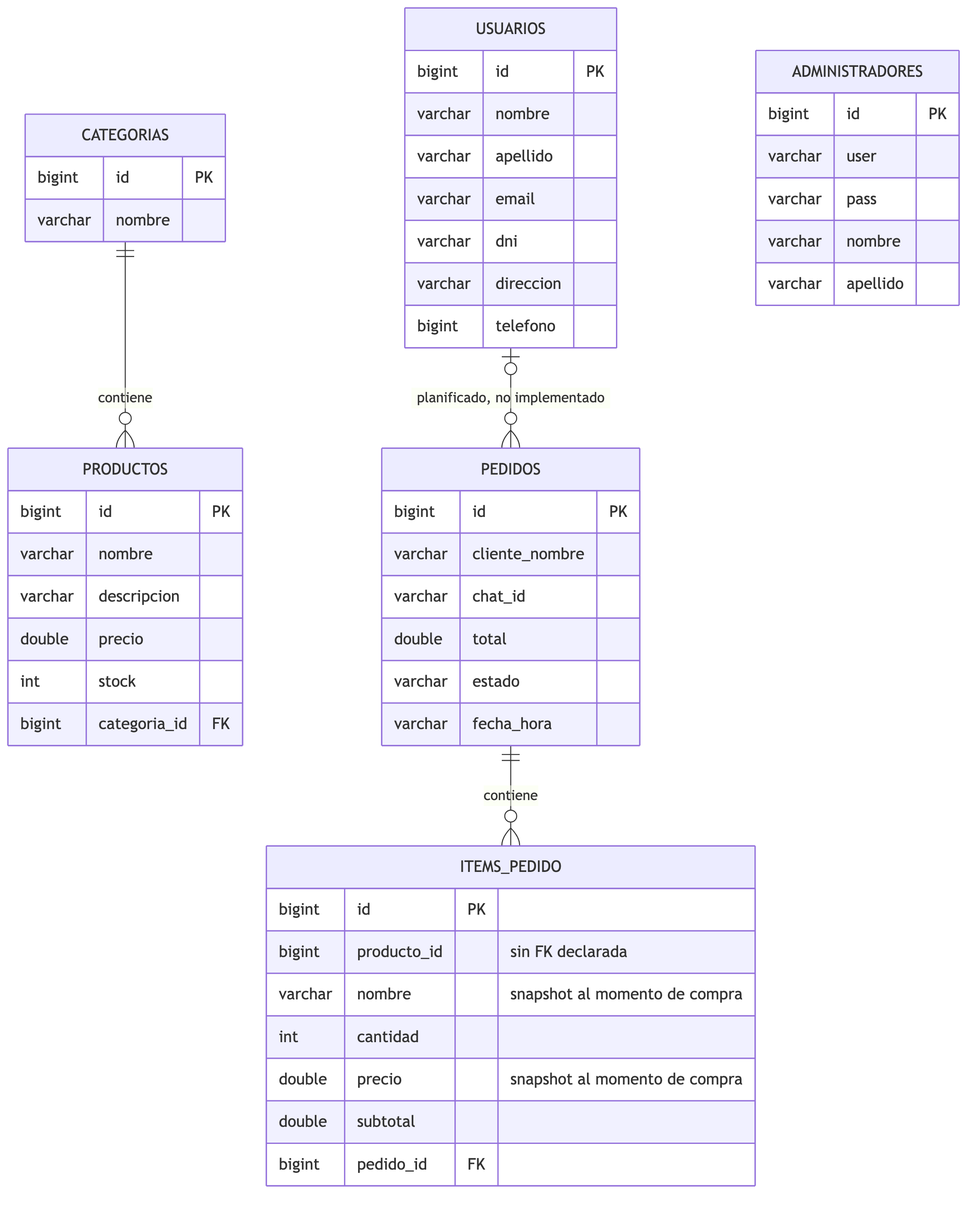
Earlier version of the Mermaid export docs/diagramas/diagrama_der.png (marianovidela1988-svg/integrador_final). Its source is kept beside it as docs/diagramas/diagrama_der.mmd.
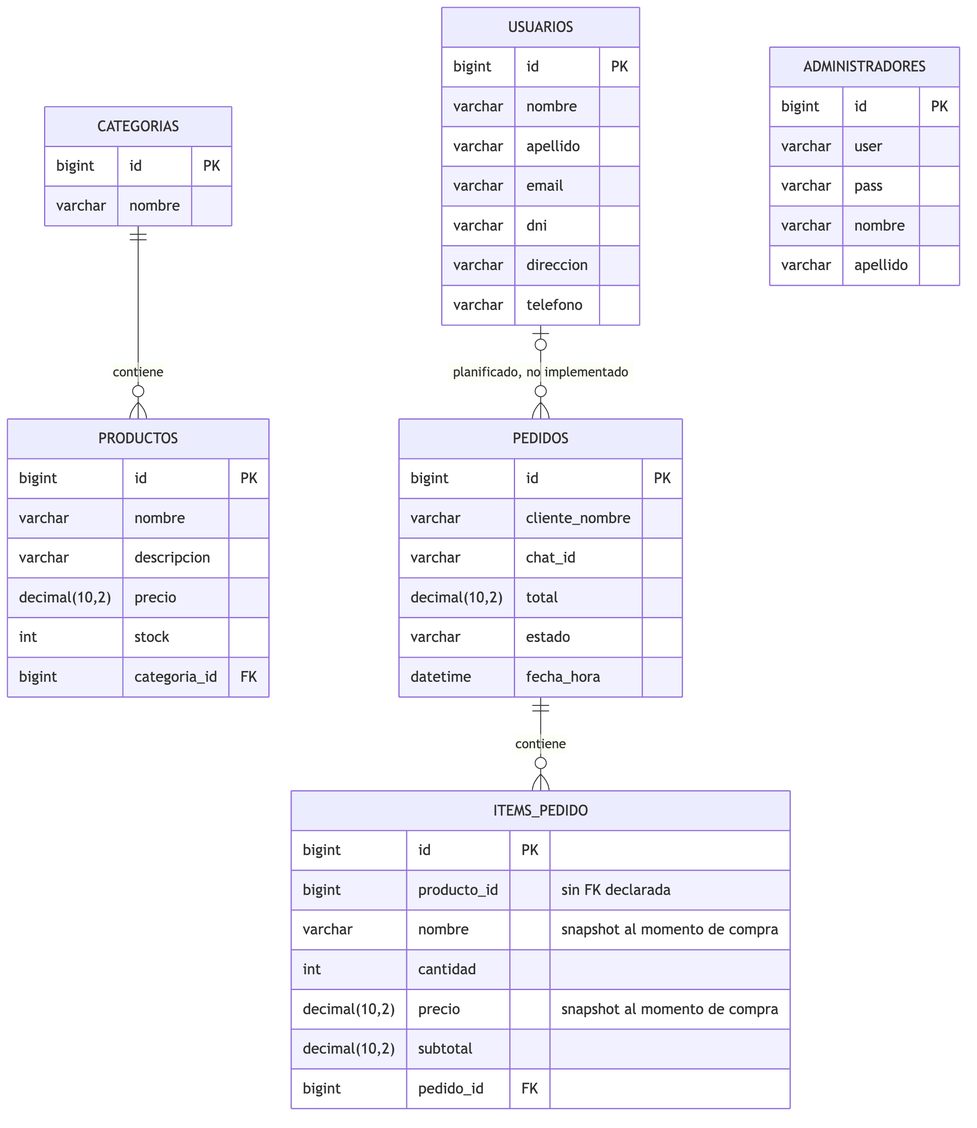
After the commit.

Diff of the diagram source:
```diff
@@ -18,7 +18,7 @@
         bigint id PK
         varchar nombre
         varchar descripcion
-        double precio
+        decimal(10,2) precio
         int stock
         bigint categoria_id FK
     }
@@ -26,17 +26,17 @@
         bigint id PK
         varchar cliente_nombre
         varchar chat_id
-        double total
+        decimal(10,2) total
         varchar estado
-        varchar fecha_hora
+        datetime fecha_hora
     }
     ITEMS_PEDIDO {
         bigint id PK
         bigint producto_id "sin FK declarada"
         varchar nombre "snapshot al momento de compra"
         int cantidad
-        double precio "snapshot al momento de compra"
-        double subtotal
+        decimal(10,2) precio "snapshot al momento de compra"
+        decimal(10,2) subtotal
         bigint pedido_id FK
     }
     USUARIOS {
@@ -46,5 +46,5 @@
         varchar email
         varchar dni
         varchar direccion
-        bigint telefono
+        varchar telefono
     }
```
